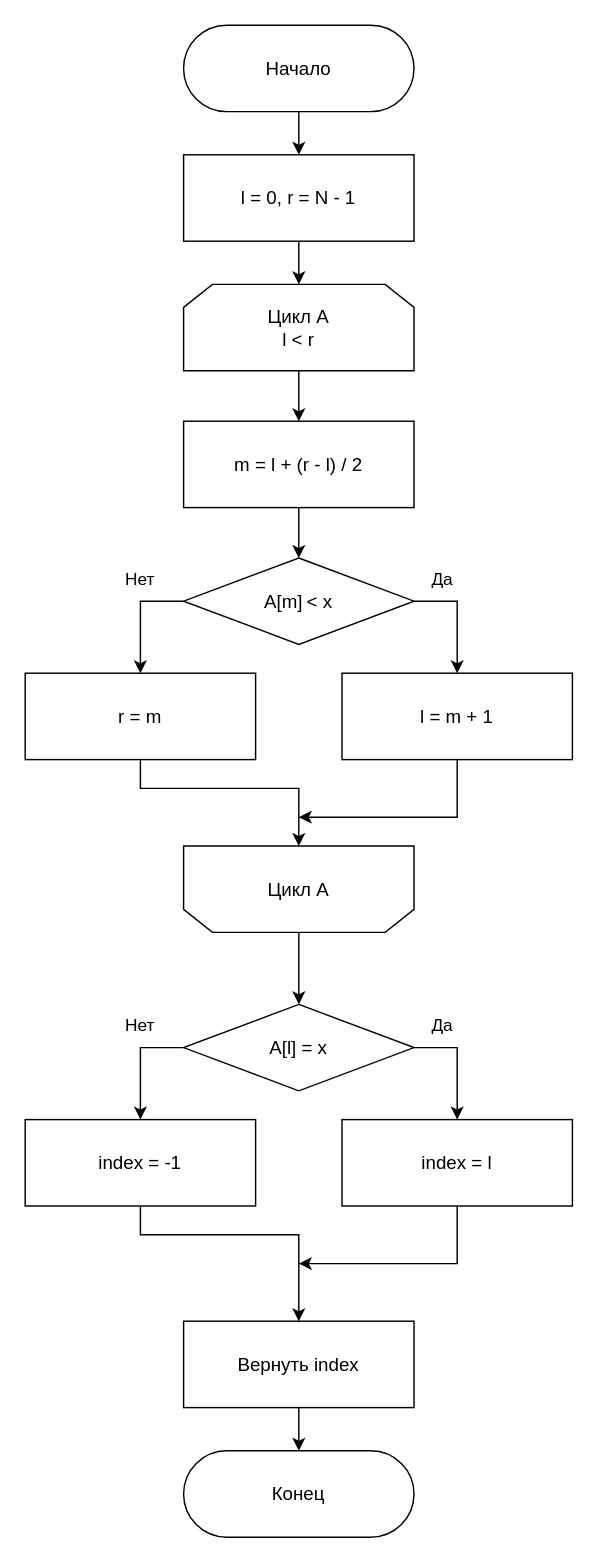
The draw.io diagram page "brute-force" (1 of 12) of lab_1/report/image/algo/algo_2.drawio in ParShilo/ICS-AA, before the edit. Source tidied: cells renumbered, new cells numbered last; positions are measured from the earlier drawing's top-left corner, leaving out a move shared by most shapes. Both pictures are drawn from the tidied source at 144%, with x=0, y=0 at pixel (24, 24).
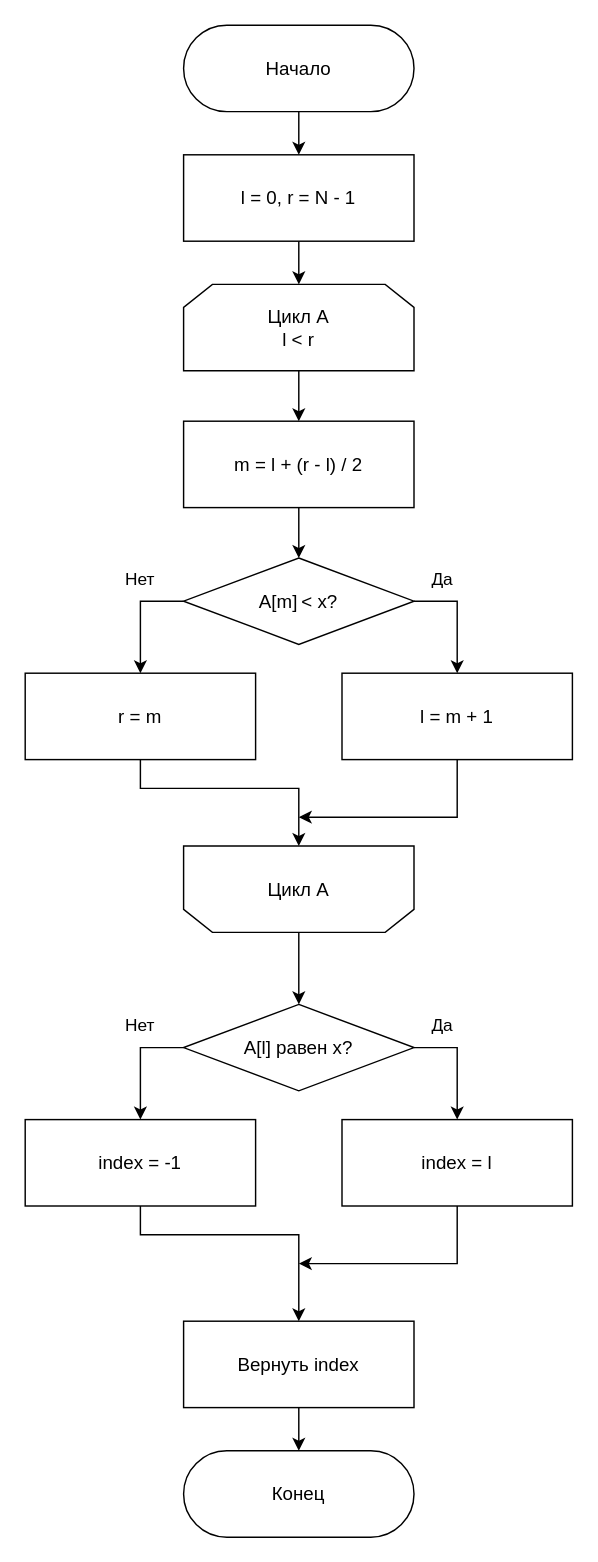
After the change.

The edit, as a diff of the source:
```diff
@@
-    <mxCell id="6" value="&lt;div style=&quot;&quot;&gt;&lt;span style=&quot;text-decoration-line: inherit; background-color: transparent; color: light-dark(rgb(0, 0, 0), rgb(255, 255, 255));&quot;&gt;A[m]&lt;font style=&quot;font-size: 10px;&quot;&gt; &lt;/font&gt;&amp;lt; x&lt;/span&gt;&lt;/div&gt;" style="rhombus;whiteSpace=wrap;html=1;shapeInside=1;fontSize=13;" parent="1" vertex="1">
+    <mxCell id="6" value="&lt;div style=&quot;&quot;&gt;&lt;span style=&quot;text-decoration-line: inherit; background-color: transparent; color: light-dark(rgb(0, 0, 0), rgb(255, 255, 255));&quot;&gt;A[m]&lt;font style=&quot;font-size: 10px;&quot;&gt; &lt;/font&gt;&amp;lt; x?&lt;/span&gt;&lt;/div&gt;" style="rhombus;whiteSpace=wrap;html=1;shapeInside=1;fontSize=13;" parent="1" vertex="1">
       <mxGeometry x="110" y="370" width="160" height="60" as="geometry" />
     </mxCell>
@@
-    <mxCell id="26" value="&lt;div style=&quot;&quot;&gt;&lt;span style=&quot;text-decoration-line: inherit; background-color: transparent; color: light-dark(rgb(0, 0, 0), rgb(255, 255, 255));&quot;&gt;A[l] = x&lt;/span&gt;&lt;/div&gt;" style="rhombus;whiteSpace=wrap;html=1;shapeInside=1;fontSize=13;" parent="1" vertex="1">
+    <mxCell id="26" value="&lt;div style=&quot;&quot;&gt;&lt;span style=&quot;text-decoration-line: inherit; background-color: transparent; color: light-dark(rgb(0, 0, 0), rgb(255, 255, 255));&quot;&gt;A[l] равен x?&lt;/span&gt;&lt;/div&gt;" style="rhombus;whiteSpace=wrap;html=1;shapeInside=1;fontSize=13;" parent="1" vertex="1">
       <mxGeometry x="110" y="680" width="160" height="60" as="geometry" />
     </mxCell>
```
